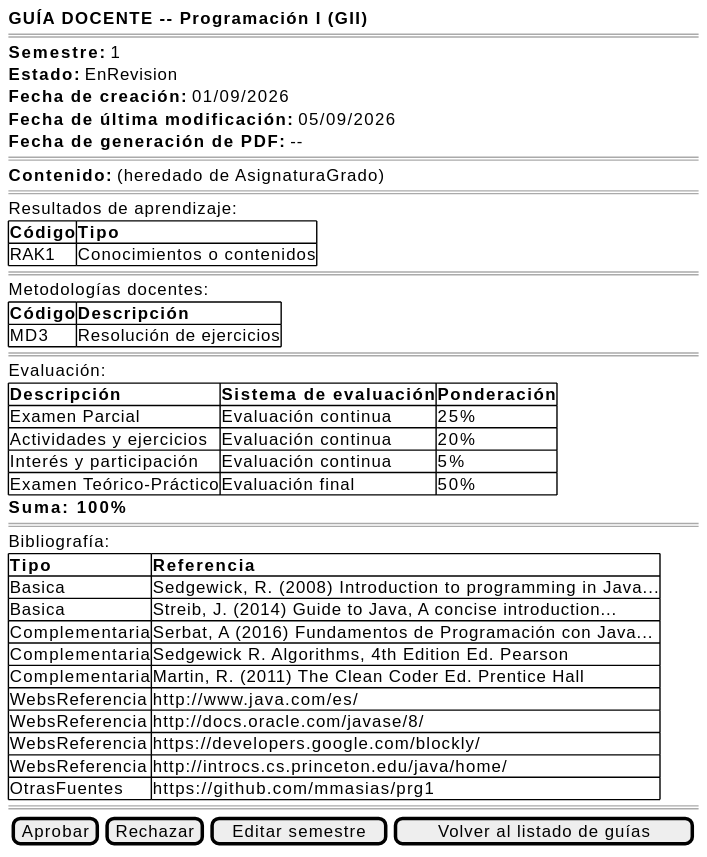
Before: images/RUP/01-requisitos/03-detalle-casos-uso/abrirGuia/wireframe-revision.svg, a diagram exported from PlantUML (mmasias/pyCeldaPublico). Its diagram source:
```plantuml
@startsalt abrirGuia-wireframe-revision
{
    <b>GUÍA DOCENTE -- Programación I (GII)</b>
    ====
    <b>Semestre:</b> 1
    <b>Estado:</b> EnRevision
    <b>Fecha de creación:</b> 01/09/2026
    <b>Fecha de última modificación:</b> 05/09/2026
    <b>Fecha de generación de PDF:</b> --
    ====
    <b>Contenido:</b> (heredado de AsignaturaGrado)
    ====
    Resultados de aprendizaje:
    {#
        <b>Código | <b>Tipo
        RAK1 | Conocimientos o contenidos
    }
    ====
    Metodologías docentes:
    {#
        <b>Código | <b>Descripción
        MD3 | Resolución de ejercicios
    }
    ====
    Evaluación:
    {#
        <b>Descripción | <b>Sistema de evaluación | <b>Ponderación
        Examen Parcial | Evaluación continua | 25%
        Actividades y ejercicios | Evaluación continua | 20%
        Interés y participación | Evaluación continua | 5%
        Examen Teórico-Práctico | Evaluación final | 50%
    }
    <b>Suma: 100%</b>
    ====
    Bibliografía:
    {#
        <b>Tipo | <b>Referencia
        Basica | Sedgewick, R. (2008) Introduction to programming in Java...
        Basica | Streib, J. (2014) Guide to Java, A concise introduction...
        Complementaria | Serbat, A (2016) Fundamentos de Programación con Java...
        Complementaria | Sedgewick R. Algorithms, 4th Edition Ed. Pearson
        Complementaria | Martin, R. (2011) The Clean Coder Ed. Prentice Hall
        WebsReferencia | http://www.java.com/es/
        WebsReferencia | http://docs.oracle.com/javase/8/
        WebsReferencia | https://developers.google.com/blockly/
        WebsReferencia | http://introcs.cs.princeton.edu/java/home/
        OtrasFuentes | https://github.com/mmasias/prg1
    }
    ====
    {[Aprobar] | [Rechazar] | [Editar semestre] | [Volver al listado de guías]}
}
@endsalt
```
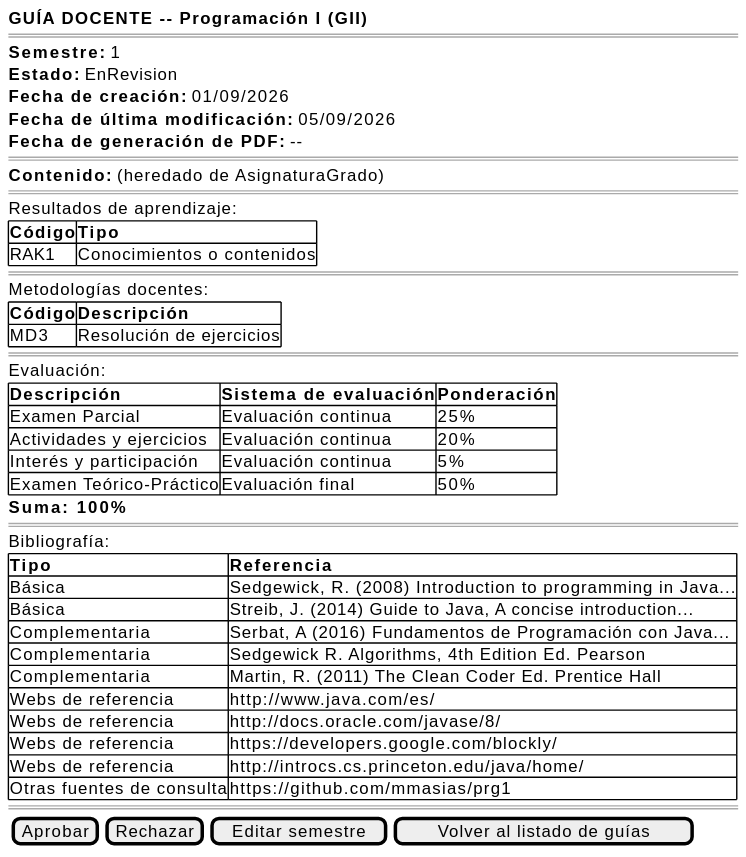
After the change.

What changed in the source:
```diff
@@ -35,16 +35,16 @@
     Bibliografía:
     {#
         <b>Tipo | <b>Referencia
-        Basica | Sedgewick, R. (2008) Introduction to programming in Java...
-        Basica | Streib, J. (2014) Guide to Java, A concise introduction...
+        Básica | Sedgewick, R. (2008) Introduction to programming in Java...
+        Básica | Streib, J. (2014) Guide to Java, A concise introduction...
         Complementaria | Serbat, A (2016) Fundamentos de Programación con Java...
         Complementaria | Sedgewick R. Algorithms, 4th Edition Ed. Pearson
         Complementaria | Martin, R. (2011) The Clean Coder Ed. Prentice Hall
-        WebsReferencia | http://www.java.com/es/
-        WebsReferencia | http://docs.oracle.com/javase/8/
-        WebsReferencia | https://developers.google.com/blockly/
-        WebsReferencia | http://introcs.cs.princeton.edu/java/home/
-        OtrasFuentes | https://github.com/mmasias/prg1
+        Webs de referencia | http://www.java.com/es/
+        Webs de referencia | http://docs.oracle.com/javase/8/
+        Webs de referencia | https://developers.google.com/blockly/
+        Webs de referencia | http://introcs.cs.princeton.edu/java/home/
+        Otras fuentes de consulta | https://github.com/mmasias/prg1
     }
     ====
     {[Aprobar] | [Rechazar] | [Editar semestre] | [Volver al listado de guías]}
```
